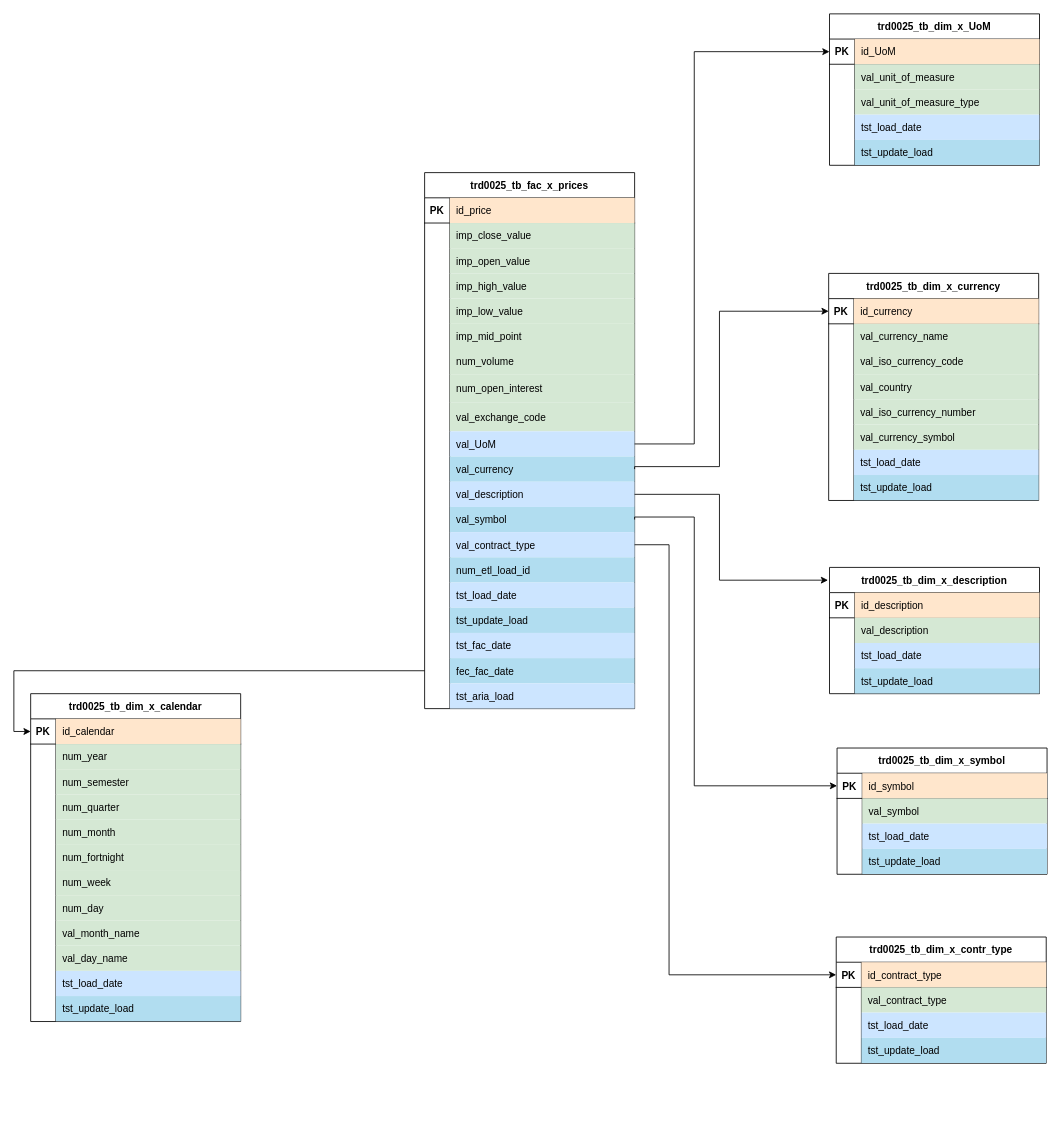
robertoOlmedo/TDDPublic keeps this draw.io diagram as ModeloDatosMiniPoc.drawio. Above is the earlier version. Source tidied: cells renumbered, new cells numbered last; positions are measured from the earlier drawing's top-left corner, leaving out a move shared by most shapes. Both pictures are drawn from the tidied source at 84%, with x=0, y=0 at pixel (30, 13).
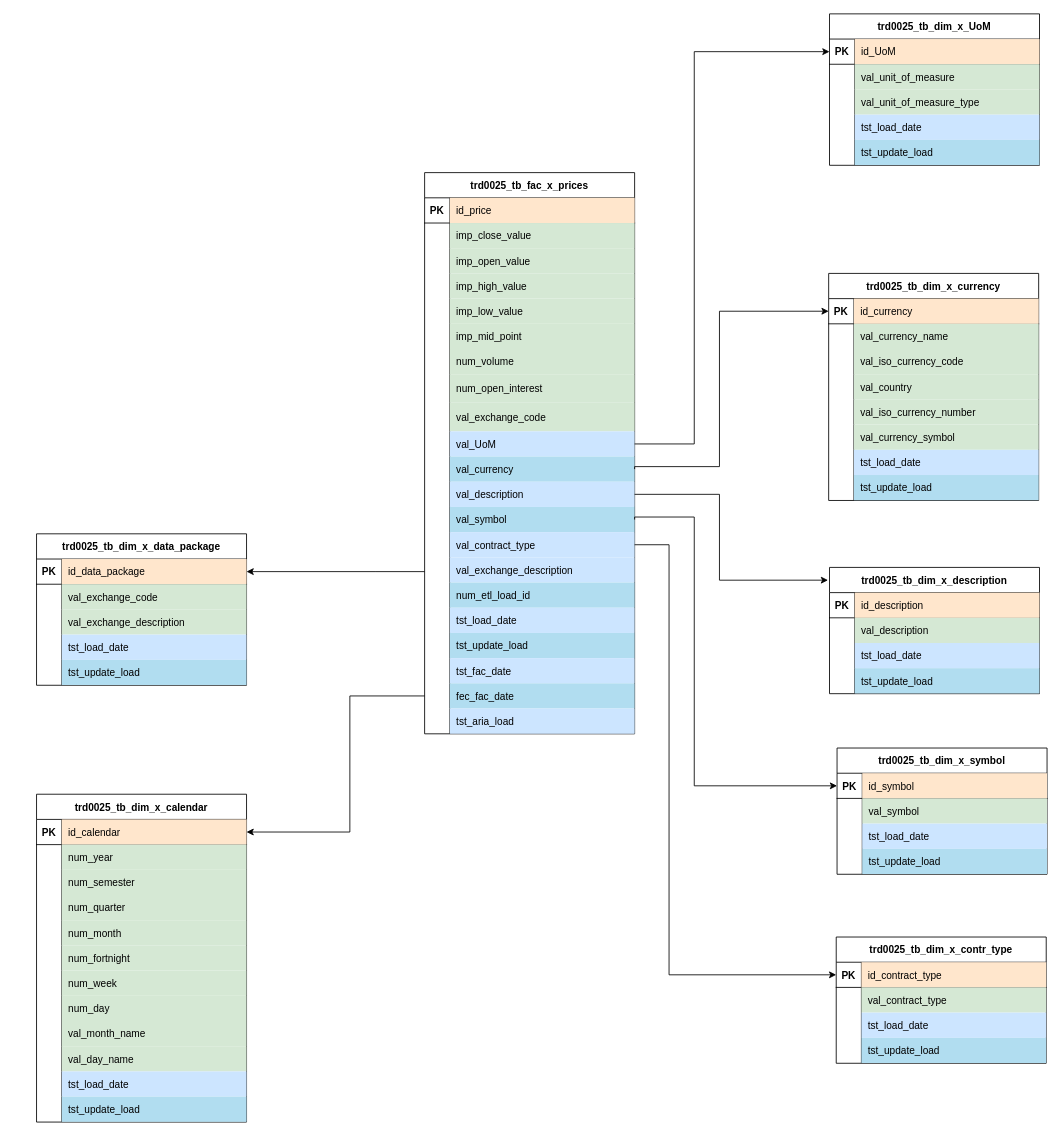
The same page after the edit.

Commit message:
Añadido data package

Unchanged cells that the change refers to:
```xml
<mxCell id="118" style="shape=partialRectangle;fillColor=none;points=[[0,0.5],[1,0.5]];portConstraint=eastwest;top=0;left=0;right=0;bottom=1;rounded=0;" parent="117" vertex="1">
  <mxGeometry y="30" width="250" height="30" as="geometry" />
</mxCell>
```

Change to the diagram source:
```diff
@@
     <mxCell id="2" value="trd0025_tb_fac_x_prices" style="shape=table;startSize=30;childLayout=tableLayout;rowLines=0;fontStyle=1;align=center;strokeColor=#000000;rounded=0;" parent="1" vertex="1">
-      <mxGeometry x="469" y="189" width="250" height="638.1" as="geometry" />
+      <mxGeometry x="469" y="189" width="250" height="668.1" as="geometry" />
     </mxCell>
@@
+    <mxCell id="186" style="shape=partialRectangle;fillColor=none;points=[[0,0.5],[1,0.5]];portConstraint=eastwest;top=0;left=0;right=0;bottom=0;rounded=0;" parent="2" vertex="1">
+      <mxGeometry y="458" width="250" height="30" as="geometry" />
+    </mxCell>
+    <mxCell id="187" style="shape=partialRectangle;overflow=hidden;fillColor=none;top=0;left=0;bottom=0;right=0;rounded=0;" parent="186" vertex="1">
+      <mxGeometry width="30" height="30" as="geometry" />
+    </mxCell>
+    <mxCell id="188" value="val_exchange_description" style="shape=partialRectangle;overflow=hidden;fillColor=#CCE5FF;top=0;left=0;bottom=0;right=0;align=left;spacingLeft=6;strokeColor=#000000;perimeterSpacing=1;rounded=0;strokeWidth=1;gradientColor=none;" parent="186" vertex="1">
+      <mxGeometry x="30" width="220" height="30" as="geometry" />
+    </mxCell>
     <mxCell id="45" style="shape=partialRectangle;fillColor=none;top=0;left=0;right=0;bottom=0;rounded=0;" parent="2" vertex="1">
-      <mxGeometry y="458" width="250" height="30" as="geometry" />
+      <mxGeometry y="488" width="250" height="30" as="geometry" />
     </mxCell>
@@
     <mxCell id="48" style="shape=partialRectangle;fillColor=none;top=0;left=0;right=0;bottom=0;rounded=0;" parent="2" vertex="1">
-      <mxGeometry y="488" width="250" height="30" as="geometry" />
+      <mxGeometry y="518" width="250" height="30" as="geometry" />
     </mxCell>
@@
     <mxCell id="51" style="shape=partialRectangle;fillColor=none;top=0;left=0;right=0;bottom=0;rounded=0;" parent="2" vertex="1">
-      <mxGeometry y="518" width="250" height="30" as="geometry" />
+      <mxGeometry y="548" width="250" height="30" as="geometry" />
     </mxCell>
@@
     <mxCell id="54" style="shape=partialRectangle;fillColor=none;top=0;left=0;right=0;bottom=0;rounded=0;" parent="2" vertex="1">
-      <mxGeometry y="548" width="250" height="30" as="geometry" />
+      <mxGeometry y="578" width="250" height="30" as="geometry" />
     </mxCell>
@@
     <mxCell id="57" style="shape=partialRectangle;fillColor=none;points=[[0,0.5],[1,0.5]];portConstraint=eastwest;top=0;left=0;right=0;bottom=0;rounded=0;" parent="2" vertex="1">
-      <mxGeometry y="578" width="250" height="30" as="geometry" />
+      <mxGeometry y="608" width="250" height="30" as="geometry" />
     </mxCell>
@@
     <mxCell id="60" style="shape=partialRectangle;fillColor=none;top=0;left=0;right=0;bottom=0;rounded=0;" parent="2" vertex="1">
-      <mxGeometry y="608" width="250" height="30" as="geometry" />
+      <mxGeometry y="638" width="250" height="30" as="geometry" />
     </mxCell>
@@
     <mxCell id="117" value="trd0025_tb_dim_x_calendar" style="shape=table;startSize=30;childLayout=tableLayout;rowLines=0;fontStyle=1;align=center;strokeColor=#000000;rounded=0;" parent="1" vertex="1">
-      <mxGeometry y="809.3" width="250" height="390.3" as="geometry" />
+      <mxGeometry x="7" y="929" width="250" height="390.3" as="geometry" />
     </mxCell>
@@
-    <mxCell id="171" style="edgeStyle=orthogonalEdgeStyle;rounded=0;jettySize=auto;html=1;entryX=0;entryY=0.5;entryDx=0;entryDy=0;" parent="1" edge="1" source="57" target="118">
-      <mxGeometry relative="1" as="geometry" />
+    <mxCell id="171" style="edgeStyle=orthogonalEdgeStyle;rounded=0;jettySize=auto;html=1;entryX=1;entryY=0.5;entryDx=0;entryDy=0;" parent="1" edge="1" source="57" target="118">
+      <mxGeometry relative="1" as="geometry">
+        <Array as="points">
+          <mxPoint x="380" y="812" />
+          <mxPoint x="380" y="974" />
+        </Array>
+      </mxGeometry>
     </mxCell>
@@
+    <mxCell id="189" value="trd0025_tb_dim_x_data_package" style="shape=table;startSize=30;childLayout=tableLayout;rowLines=0;fontStyle=1;align=center;strokeColor=#000000;rounded=0;" parent="1" vertex="1">
+      <mxGeometry x="7" y="619" width="250" height="180.3" as="geometry" />
+    </mxCell>
+    <mxCell id="190" style="shape=partialRectangle;fillColor=none;points=[[0,0.5],[1,0.5]];portConstraint=eastwest;top=0;left=0;right=0;bottom=1;rounded=0;" parent="189" vertex="1">
+      <mxGeometry y="30" width="250" height="30" as="geometry" />
+    </mxCell>
+    <mxCell id="191" value="PK" style="shape=partialRectangle;overflow=hidden;fillColor=none;top=0;left=0;bottom=0;right=0;fontStyle=1;rounded=0;" parent="190" vertex="1">
+      <mxGeometry width="30" height="30" as="geometry" />
+    </mxCell>
+    <mxCell id="192" value="id_data_package" style="shape=partialRectangle;overflow=hidden;fillColor=#ffe6cc;top=0;left=0;bottom=0;right=0;align=left;spacingLeft=6;fontStyle=0;strokeColor=#d79b00;rounded=0;" parent="190" vertex="1">
+      <mxGeometry x="30" width="220" height="30" as="geometry" />
+    </mxCell>
+    <mxCell id="193" style="shape=partialRectangle;fillColor=none;top=0;left=0;right=0;bottom=0;rounded=0;" parent="189" vertex="1">
+      <mxGeometry y="60" width="250" height="30" as="geometry" />
+    </mxCell>
+    <mxCell id="194" style="shape=partialRectangle;overflow=hidden;fillColor=none;top=0;left=0;bottom=0;right=0;rounded=0;" parent="193" vertex="1">
+      <mxGeometry width="30" height="30" as="geometry" />
+    </mxCell>
+    <mxCell id="195" value="val_exchange_code" style="shape=partialRectangle;overflow=hidden;fillColor=#d5e8d4;top=0;left=0;bottom=0;right=0;align=left;spacingLeft=6;strokeColor=#82b366;perimeterSpacing=1;rounded=0;" parent="193" vertex="1">
+      <mxGeometry x="30" width="220" height="30" as="geometry" />
+    </mxCell>
+    <mxCell id="196" style="shape=partialRectangle;fillColor=none;top=0;left=0;right=0;bottom=0;rounded=0;" parent="189" vertex="1">
+      <mxGeometry y="90" width="250" height="30" as="geometry" />
+    </mxCell>
+    <mxCell id="197" style="shape=partialRectangle;overflow=hidden;fillColor=none;top=0;left=0;bottom=0;right=0;rounded=0;" parent="196" vertex="1">
+      <mxGeometry width="30" height="30" as="geometry" />
+    </mxCell>
+    <mxCell id="198" value="val_exchange_description" style="shape=partialRectangle;overflow=hidden;fillColor=#d5e8d4;top=0;left=0;bottom=0;right=0;align=left;spacingLeft=6;strokeColor=#82b366;perimeterSpacing=1;rounded=0;" parent="196" vertex="1">
+      <mxGeometry x="30" width="220" height="30" as="geometry" />
+    </mxCell>
+    <mxCell id="199" style="shape=partialRectangle;fillColor=none;top=0;left=0;right=0;bottom=0;rounded=0;" parent="189" vertex="1">
+      <mxGeometry y="120" width="250" height="30" as="geometry" />
+    </mxCell>
+    <mxCell id="200" style="shape=partialRectangle;overflow=hidden;fillColor=none;top=0;left=0;bottom=0;right=0;rounded=0;" parent="199" vertex="1">
+      <mxGeometry width="30" height="30" as="geometry" />
+    </mxCell>
+    <mxCell id="201" value="tst_load_date" style="shape=partialRectangle;overflow=hidden;fillColor=#cce5ff;top=0;left=0;bottom=0;right=0;align=left;spacingLeft=6;strokeColor=#36393d;perimeterSpacing=1;rounded=0;" parent="199" vertex="1">
+      <mxGeometry x="30" width="220" height="30" as="geometry" />
+    </mxCell>
+    <mxCell id="202" style="shape=partialRectangle;fillColor=none;top=0;left=0;right=0;bottom=0;rounded=0;" parent="189" vertex="1">
+      <mxGeometry y="150" width="250" height="30" as="geometry" />
+    </mxCell>
+    <mxCell id="203" style="shape=partialRectangle;overflow=hidden;fillColor=none;top=0;left=0;bottom=0;right=0;rounded=0;" parent="202" vertex="1">
+      <mxGeometry width="30" height="30" as="geometry" />
+    </mxCell>
+    <mxCell id="204" value="tst_update_load" style="shape=partialRectangle;overflow=hidden;fillColor=#b1ddf0;top=0;left=0;bottom=0;right=0;align=left;spacingLeft=6;strokeColor=#10739e;perimeterSpacing=1;rounded=0;" parent="202" vertex="1">
+      <mxGeometry x="30" width="220" height="30" as="geometry" />
+    </mxCell>
+    <mxCell id="205" style="edgeStyle=orthogonalEdgeStyle;rounded=0;jettySize=auto;html=1;entryX=1;entryY=0.5;entryDx=0;entryDy=0;" parent="1" edge="1" source="186" target="190">
+      <mxGeometry relative="1" as="geometry">
+        <Array as="points">
+          <mxPoint x="410" y="664" />
+          <mxPoint x="410" y="664" />
+        </Array>
+      </mxGeometry>
+    </mxCell>
```
